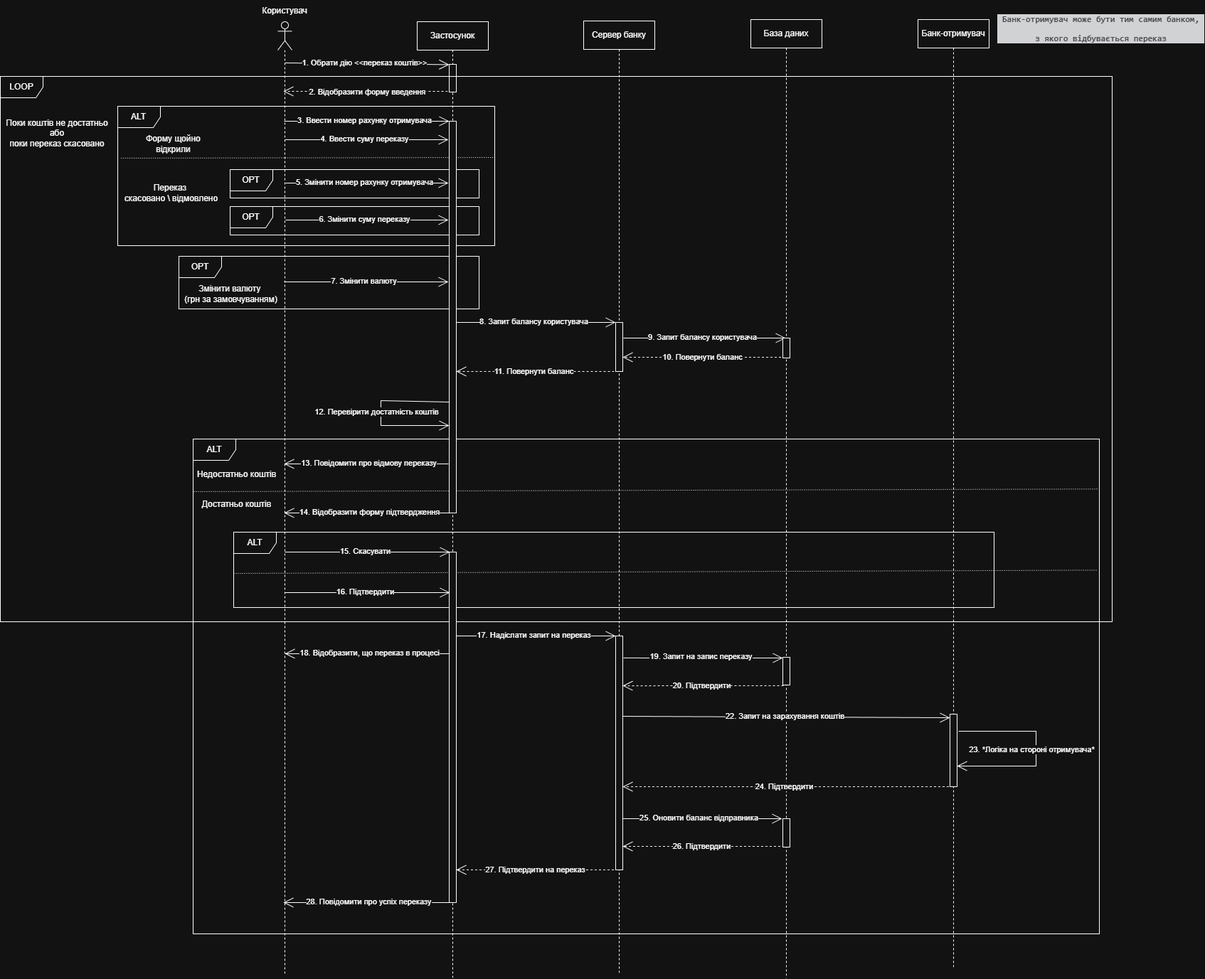
Above: lab3/UC_transaction/transaction_SD.drawio.png in MihajloVat/KPI_labs_3_sem (draw.io), before the change. Source tidied: cells renumbered, new cells last; positions are measured from the earlier drawing's top-left corner, leaving out a move shared by most shapes.
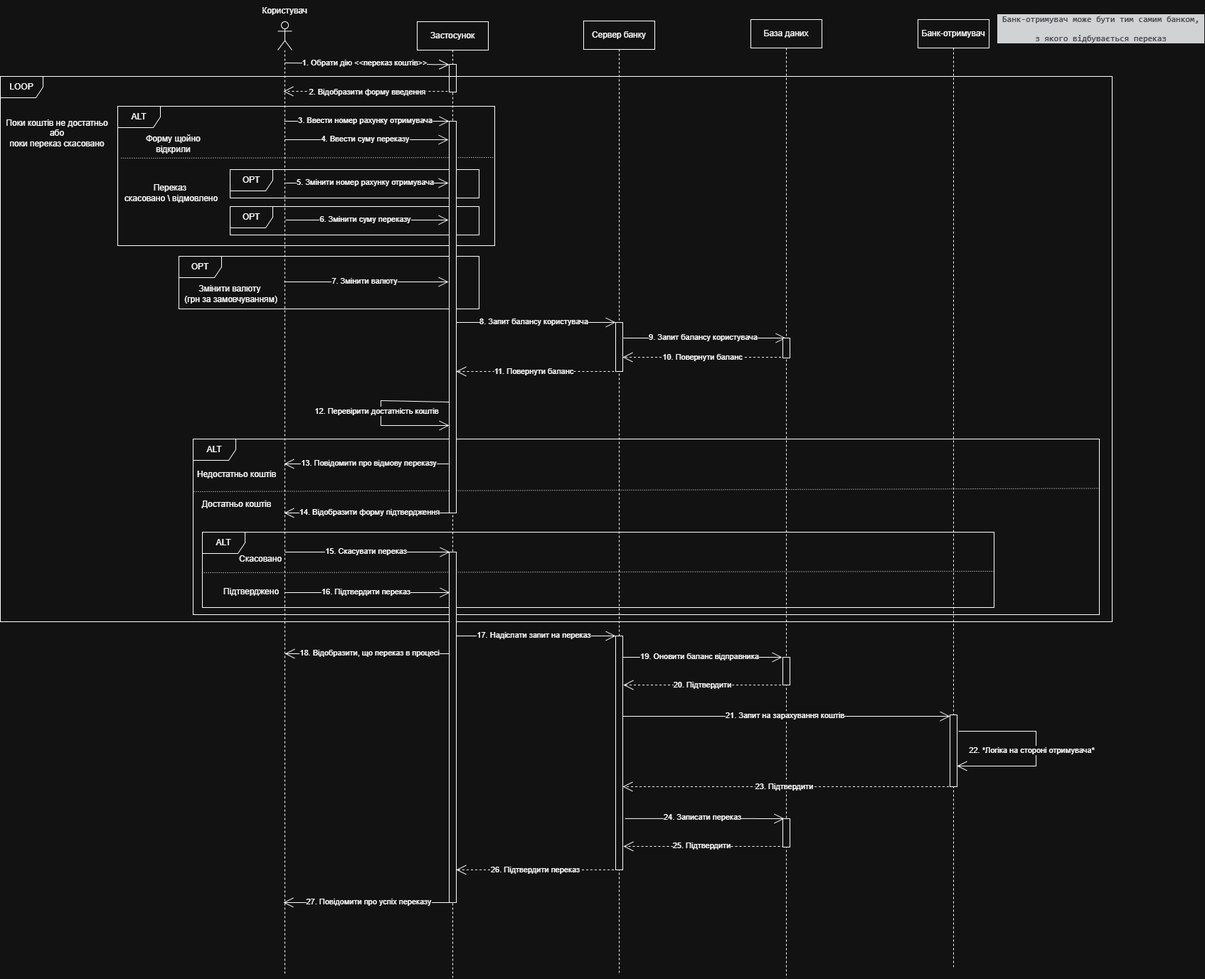
After the commit.

Diff of the diagram source:
```diff
@@ -140,12 +140,12 @@
       </mxGeometry>
     </mxCell>
     <mxCell id="32" value="ALT" style="shape=umlFrame;whiteSpace=wrap;html=1;" parent="1" vertex="1">
-      <mxGeometry x="271" y="617" width="1274" height="696" as="geometry" />
+      <mxGeometry x="271" y="617" width="1274" height="247" as="geometry" />
     </mxCell>
     <mxCell id="33" value="Недостатньо коштів" style="text;html=1;whiteSpace=wrap;strokeColor=none;fillColor=none;align=center;verticalAlign=middle;rounded=0;" parent="1" vertex="1">
       <mxGeometry x="273" y="652" width="119" height="30" as="geometry" />
     </mxCell>
-    <mxCell id="34" style="endArrow=none;html=1;rounded=0;dashed=1;dashPattern=1 2;entryX=0.999;entryY=0.101;entryDx=0;entryDy=0;entryPerimeter=0;" parent="1" edge="1" target="32">
+    <mxCell id="34" style="endArrow=none;html=1;rounded=0;dashed=1;dashPattern=1 2;entryX=1;entryY=0.281;entryDx=0;entryDy=0;entryPerimeter=0;" parent="1" edge="1" target="32">
       <mxGeometry relative="1" as="geometry">
         <mxPoint x="272" y="691" as="sourcePoint" />
       </mxGeometry>
@@ -229,7 +229,7 @@
         <mxPoint x="632" y="776" as="targetPoint" />
       </mxGeometry>
     </mxCell>
-    <mxCell id="53" value="15. Скасувати" style="edgeLabel;html=1;align=center;verticalAlign=middle;" parent="52" vertex="1">
+    <mxCell id="53" value="15. Скасувати переказ" style="edgeLabel;html=1;align=center;verticalAlign=middle;" parent="52" vertex="1">
       <mxGeometry x="0.03" y="-1" relative="1" as="geometry">
         <mxPoint x="-6" y="-3" as="offset" />
       </mxGeometry>
@@ -241,7 +241,7 @@
       <mxGeometry x="4" y="172" width="152" height="30" as="geometry" />
     </mxCell>
     <mxCell id="56" value="ALT" style="shape=umlFrame;whiteSpace=wrap;html=1;" parent="1" vertex="1">
-      <mxGeometry x="328" y="748" width="1069" height="106" as="geometry" />
+      <mxGeometry x="284" y="748" width="1113" height="106" as="geometry" />
     </mxCell>
     <mxCell id="57" style="endArrow=open;endFill=1;endSize=12;html=1;rounded=0;" parent="1" edge="1">
       <mxGeometry relative="1" as="geometry">
@@ -249,7 +249,7 @@
         <mxPoint x="632" y="833" as="targetPoint" />
       </mxGeometry>
     </mxCell>
-    <mxCell id="58" value="16. Підтвердити" style="edgeLabel;html=1;align=center;verticalAlign=middle;" parent="57" vertex="1">
+    <mxCell id="58" value="16. Підтвердити переказ" style="edgeLabel;html=1;align=center;verticalAlign=middle;" parent="57" vertex="1">
       <mxGeometry x="0.03" y="-1" relative="1" as="geometry">
         <mxPoint x="-6" y="-3" as="offset" />
       </mxGeometry>
@@ -264,22 +264,24 @@
         <mxPoint x="-6" y="-3" as="offset" />
       </mxGeometry>
     </mxCell>
-    <mxCell id="61" style="endArrow=open;endFill=1;endSize=12;html=1;rounded=0;exitX=1.1;exitY=0.094;exitDx=0;exitDy=0;exitPerimeter=0;" parent="1" edge="1" source="87">
+    <mxCell id="61" style="endArrow=open;endFill=1;endSize=12;html=1;rounded=0;exitX=1.1;exitY=0.094;exitDx=0;exitDy=0;exitPerimeter=0;" parent="1" edge="1">
       <mxGeometry relative="1" as="geometry">
-        <mxPoint x="1100" y="925" as="targetPoint" />
+        <mxPoint x="878" y="1150.9" as="sourcePoint" />
+        <mxPoint x="1102" y="1151" as="targetPoint" />
       </mxGeometry>
     </mxCell>
-    <mxCell id="62" value="19. Запит на запис переказу" style="edgeLabel;html=1;align=center;verticalAlign=middle;" parent="61" vertex="1">
+    <mxCell id="62" value="24. Записати переказ" style="edgeLabel;html=1;align=center;verticalAlign=middle;" parent="61" vertex="1">
       <mxGeometry x="0.03" y="-1" relative="1" as="geometry">
         <mxPoint x="-6" y="-3" as="offset" />
       </mxGeometry>
     </mxCell>
-    <mxCell id="63" style="endArrow=open;endFill=1;endSize=12;html=1;rounded=0;dashed=1;entryX=1;entryY=0.213;entryDx=0;entryDy=0;entryPerimeter=0;" parent="1" edge="1" target="87">
+    <mxCell id="63" style="endArrow=open;endFill=1;endSize=12;html=1;rounded=0;dashed=1;entryX=1;entryY=0.213;entryDx=0;entryDy=0;entryPerimeter=0;" parent="1" edge="1">
       <mxGeometry relative="1" as="geometry">
-        <mxPoint x="1101" y="964" as="sourcePoint" />
+        <mxPoint x="1102" y="1190" as="sourcePoint" />
+        <mxPoint x="876" y="1190" as="targetPoint" />
       </mxGeometry>
     </mxCell>
-    <mxCell id="64" value="20. Підтвердити" style="edgeLabel;html=1;align=center;verticalAlign=middle;" parent="63" vertex="1">
+    <mxCell id="64" value="25. Підтвердити" style="edgeLabel;html=1;align=center;verticalAlign=middle;" parent="63" vertex="1">
       <mxGeometry x="0.03" y="-1" relative="1" as="geometry" />
     </mxCell>
     <mxCell id="65" style="endArrow=open;endFill=1;endSize=12;html=1;rounded=0;" parent="1" edge="1">
@@ -293,20 +295,21 @@
         <mxPoint x="5" y="-1" as="offset" />
       </mxGeometry>
     </mxCell>
-    <mxCell id="67" style="endArrow=none;html=1;rounded=0;dashed=1;dashPattern=1 2;entryX=0.998;entryY=0.265;entryDx=0;entryDy=0;entryPerimeter=0;" parent="1" edge="1" target="32">
+    <mxCell id="67" style="endArrow=none;html=1;rounded=0;dashed=1;dashPattern=1 2;exitX=0.001;exitY=0.538;exitDx=0;exitDy=0;exitPerimeter=0;" parent="1" edge="1">
       <mxGeometry relative="1" as="geometry">
-        <mxPoint x="328" y="806" as="sourcePoint" />
+        <mxPoint x="286.1" y="805" as="sourcePoint" />
+        <mxPoint x="1397" y="803" as="targetPoint" />
       </mxGeometry>
     </mxCell>
     <mxCell id="68" style="html=1;whiteSpace=wrap;align=right;verticalAlign=bottom;" parent="67" vertex="1">
       <mxGeometry x="1" relative="1" as="geometry" />
     </mxCell>
-    <mxCell id="69" style="endArrow=open;endFill=1;endSize=12;html=1;rounded=0;entryX=0;entryY=0;entryDx=0;entryDy=5;entryPerimeter=0;" parent="1" edge="1" target="90">
+    <mxCell id="69" style="endArrow=open;endFill=1;endSize=12;html=1;rounded=0;entryX=0;entryY=0.02;entryDx=0;entryDy=0;entryPerimeter=0;" parent="1" edge="1" target="90">
       <mxGeometry relative="1" as="geometry">
         <mxPoint x="872" y="1007" as="sourcePoint" />
       </mxGeometry>
     </mxCell>
-    <mxCell id="70" value="22. Запит на зарахування коштів" style="edgeLabel;html=1;align=center;verticalAlign=middle;" parent="69" vertex="1">
+    <mxCell id="70" value="21. Запит на зарахування коштів" style="edgeLabel;html=1;align=center;verticalAlign=middle;" parent="69" vertex="1">
       <mxGeometry x="0.03" y="-1" relative="1" as="geometry">
         <mxPoint x="-6" y="-3" as="offset" />
       </mxGeometry>
@@ -316,26 +319,27 @@
         <mxPoint x="1339.5" y="1106" as="sourcePoint" />
       </mxGeometry>
     </mxCell>
-    <mxCell id="72" value="24. Підтвердити" style="edgeLabel;html=1;align=center;verticalAlign=middle;" parent="71" vertex="1">
+    <mxCell id="72" value="23. Підтвердити" style="edgeLabel;html=1;align=center;verticalAlign=middle;" parent="71" vertex="1">
       <mxGeometry x="0.03" y="-1" relative="1" as="geometry" />
     </mxCell>
     <mxCell id="73" style="endArrow=open;endFill=1;endSize=12;html=1;rounded=0;" parent="1" edge="1">
       <mxGeometry relative="1" as="geometry">
-        <mxPoint x="871" y="1151" as="sourcePoint" />
-        <mxPoint x="1099" y="1151" as="targetPoint" />
+        <mxPoint x="871" y="924" as="sourcePoint" />
+        <mxPoint x="1099" y="924" as="targetPoint" />
       </mxGeometry>
     </mxCell>
-    <mxCell id="74" value="25. Оновити баланс відправника" style="edgeLabel;html=1;align=center;verticalAlign=middle;" parent="73" vertex="1">
+    <mxCell id="74" value="19. Оновити баланс відправника" style="edgeLabel;html=1;align=center;verticalAlign=middle;" parent="73" vertex="1">
       <mxGeometry x="0.03" y="-1" relative="1" as="geometry">
         <mxPoint x="-6" y="-3" as="offset" />
       </mxGeometry>
     </mxCell>
-    <mxCell id="75" style="endArrow=open;endFill=1;endSize=12;html=1;rounded=0;dashed=1;" parent="1" edge="1" target="87">
+    <mxCell id="75" style="endArrow=open;endFill=1;endSize=12;html=1;rounded=0;dashed=1;" parent="1" edge="1">
       <mxGeometry relative="1" as="geometry">
-        <mxPoint x="1102.5" y="1190" as="sourcePoint" />
+        <mxPoint x="1103.5" y="963" as="sourcePoint" />
+        <mxPoint x="876" y="963" as="targetPoint" />
       </mxGeometry>
     </mxCell>
-    <mxCell id="76" value="26. Підтвердити" style="edgeLabel;html=1;align=center;verticalAlign=middle;" parent="75" vertex="1">
+    <mxCell id="76" value="20. Підтвердити" style="edgeLabel;html=1;align=center;verticalAlign=middle;" parent="75" vertex="1">
       <mxGeometry x="0.03" y="-1" relative="1" as="geometry" />
     </mxCell>
     <mxCell id="77" style="endArrow=open;endFill=1;endSize=12;html=1;rounded=0;dashed=1;" parent="1" edge="1">
@@ -344,7 +348,7 @@
         <mxPoint x="641" y="1223" as="targetPoint" />
       </mxGeometry>
     </mxCell>
-    <mxCell id="78" value="27. Підтвердити на переказ" style="edgeLabel;html=1;align=center;verticalAlign=middle;" parent="77" vertex="1">
+    <mxCell id="78" value="26. Підтвердити переказ" style="edgeLabel;html=1;align=center;verticalAlign=middle;" parent="77" vertex="1">
       <mxGeometry x="0.03" y="-1" relative="1" as="geometry" />
     </mxCell>
     <mxCell id="79" style="endArrow=open;endFill=1;endSize=12;html=1;rounded=0;" parent="1" edge="1">
@@ -353,7 +357,7 @@
         <mxPoint x="398" y="1269" as="targetPoint" />
       </mxGeometry>
     </mxCell>
-    <mxCell id="80" value="28. Повідомити про успіх переказу" style="edgeLabel;html=1;align=center;verticalAlign=middle;" parent="79" vertex="1">
+    <mxCell id="80" value="27. Повідомити про успіх переказу" style="edgeLabel;html=1;align=center;verticalAlign=middle;" parent="79" vertex="1">
       <mxGeometry x="0.03" y="-1" relative="1" as="geometry">
         <mxPoint x="5" y="-1" as="offset" />
       </mxGeometry>
@@ -370,7 +374,7 @@
         </Array>
       </mxGeometry>
     </mxCell>
-    <mxCell id="83" value="23. *Логіка на стороні отримувача*" style="edgeLabel;html=1;align=center;verticalAlign=middle;" parent="82" vertex="1">
+    <mxCell id="83" value="22. *Логіка на стороні отримувача*" style="edgeLabel;html=1;align=center;verticalAlign=middle;" parent="82" vertex="1">
       <mxGeometry x="0.03" y="-1" relative="1" as="geometry">
         <mxPoint x="-6" y="-3" as="offset" />
       </mxGeometry>
@@ -394,7 +398,13 @@
       <mxGeometry x="1100" y="1151" width="10" height="40" as="geometry" />
     </mxCell>
     <mxCell id="90" style="html=1;points=[[0,0,0,0,5],[0,1,0,0,-5],[1,0,0,0,5],[1,1,0,0,-5]];perimeter=orthogonalPerimeter;outlineConnect=0;targetShapes=umlLifeline;portConstraint=eastwest;newEdgeStyle={&quot;curved&quot;:0,&quot;rounded&quot;:0};" parent="1" vertex="1">
-      <mxGeometry x="1335" y="1004" width="10" height="102" as="geometry" />
+      <mxGeometry x="1335" y="1005" width="10" height="101" as="geometry" />
     </mxCell>
+    <mxCell id="91" value="Скасовано" style="text;html=1;whiteSpace=wrap;strokeColor=none;fillColor=none;align=center;verticalAlign=middle;rounded=0;" parent="1" vertex="1">
+      <mxGeometry x="336" y="771" width="60" height="30" as="geometry" />
+    </mxCell>
+    <mxCell id="92" value="Підтверджено" style="text;html=1;whiteSpace=wrap;strokeColor=none;fillColor=none;align=center;verticalAlign=middle;rounded=0;" parent="1" vertex="1">
+      <mxGeometry x="323" y="817" width="60" height="30" as="geometry" />
+    </mxCell>
   </root>
 </mxGraphModel>
```
